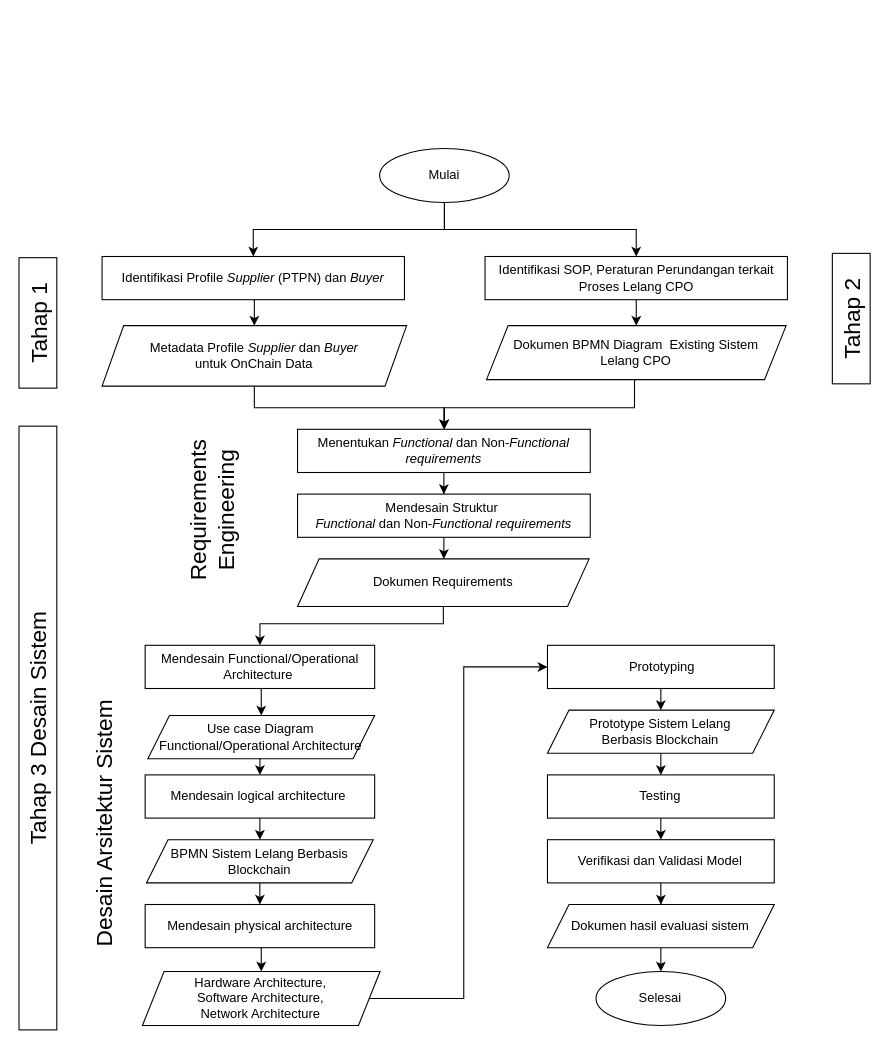
Before: Method BPDPKS New.drawio in ariesharry/Diagrams, a draw.io diagram. Source tidied: cells renumbered, new cells numbered last; positions are measured from the earlier drawing's top-left corner, leaving out a move shared by most shapes. Both pictures are drawn from the tidied source at 108%, with x=0, y=0 at pixel (-265, 148).
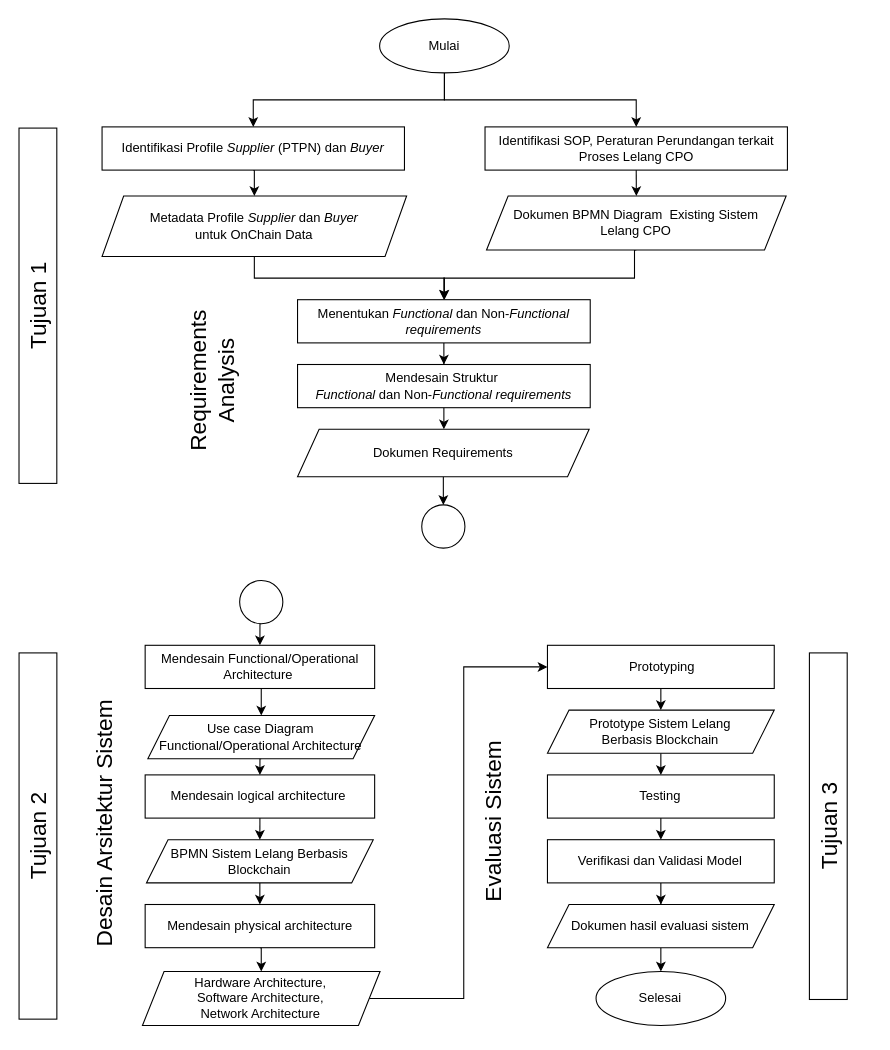
The same diagram, later.

The change refers to these unchanged cells:
```xml
<mxCell id="41" value="Mendesain Functional/Operational Architecture&amp;nbsp;" style="rounded=0;whiteSpace=wrap;html=1;" parent="1" vertex="1">
  <mxGeometry x="378.9" y="460" width="212.5" height="40" as="geometry" />
</mxCell>
```

What changed in the source:
```diff
@@
     <mxCell id="4" value="Mulai" style="ellipse;whiteSpace=wrap;html=1;" parent="1" vertex="1">
-      <mxGeometry x="596" width="120" height="50" as="geometry" />
+      <mxGeometry x="596" y="-120" width="120" height="50" as="geometry" />
     </mxCell>
@@
     <mxCell id="7" value="&lt;span lang=&quot;EN-US&quot;&gt;Menentukan &lt;i&gt;Functional &lt;/i&gt;dan Non-&lt;i&gt;Functional&lt;/i&gt; &lt;i&gt;requirements&lt;/i&gt;&lt;/span&gt;" style="rounded=0;whiteSpace=wrap;html=1;" parent="1" vertex="1">
-      <mxGeometry x="520" y="260" width="271" height="40" as="geometry" />
+      <mxGeometry x="520" y="140" width="271" height="40" as="geometry" />
     </mxCell>
@@
     <mxCell id="22" style="edgeStyle=orthogonalEdgeStyle;rounded=0;jettySize=auto;html=1;exitX=0.5;exitY=1;exitDx=0;exitDy=0;" parent="1" edge="1" source="23" target="25">
       <mxGeometry relative="1" as="geometry">
         <Array as="points">
-          <mxPoint x="656" y="400" />
-          <mxPoint x="656" y="400" />
+          <mxPoint x="656" y="280" />
+          <mxPoint x="656" y="280" />
         </Array>
       </mxGeometry>
     </mxCell>
     <mxCell id="23" value="&lt;span lang=&quot;EN-US&quot;&gt;Mendesain Struktur&amp;nbsp;&lt;br&gt;&lt;i style=&quot;border-color: var(--border-color);&quot;&gt;Functional&amp;nbsp;&lt;/i&gt;dan Non-&lt;i style=&quot;border-color: var(--border-color);&quot;&gt;Functional&lt;/i&gt;&amp;nbsp;&lt;i style=&quot;border-color: var(--border-color);&quot;&gt;requirements&lt;/i&gt;&lt;br&gt;&lt;/span&gt;" style="rounded=0;whiteSpace=wrap;html=1;" parent="1" vertex="1">
-      <mxGeometry x="520" y="320" width="271" height="40" as="geometry" />
+      <mxGeometry x="520" y="200" width="271" height="40" as="geometry" />
     </mxCell>
-    <mxCell id="24" style="edgeStyle=orthogonalEdgeStyle;rounded=0;jettySize=auto;html=1;exitX=0.5;exitY=1;exitDx=0;exitDy=0;entryX=0.5;entryY=0;entryDx=0;entryDy=0;" parent="1" edge="1" source="25" target="41">
-      <mxGeometry relative="1" as="geometry">
-        <Array as="points">
-          <mxPoint x="655" y="440" />
-          <mxPoint x="485" y="440" />
-        </Array>
-      </mxGeometry>
-    </mxCell>
+    <mxCell id="47" style="edgeStyle=orthogonalEdgeStyle;rounded=0;jettySize=auto;html=1;exitX=0.5;exitY=1;exitDx=0;exitDy=0;entryX=0.5;entryY=0;entryDx=0;entryDy=0;fontSize=21;" parent="1" edge="1" source="25" target="50">
+      <mxGeometry relative="1" as="geometry" />
+    </mxCell>
     <mxCell id="25" value="&lt;div&gt;&lt;br&gt;&lt;/div&gt;&lt;div&gt;Dokumen Requirements&lt;/div&gt;&lt;div&gt;&lt;br&gt;&lt;/div&gt;" style="shape=parallelogram;perimeter=parallelogramPerimeter;whiteSpace=wrap;html=1;fixedSize=1;" parent="1" vertex="1">
-      <mxGeometry x="520" y="380" width="270" height="44" as="geometry" />
+      <mxGeometry x="520" y="260" width="270" height="44" as="geometry" />
     </mxCell>
@@
     <mxCell id="31" value="Identifikasi Profile &lt;i&gt;Supplier &lt;/i&gt;(PTPN) dan &lt;i&gt;Buyer&lt;/i&gt;" style="rounded=0;whiteSpace=wrap;html=1;" parent="1" vertex="1">
-      <mxGeometry x="339" y="100" width="280" height="40" as="geometry" />
+      <mxGeometry x="339" y="-20" width="280" height="40" as="geometry" />
     </mxCell>
     <mxCell id="32" style="edgeStyle=orthogonalEdgeStyle;rounded=0;jettySize=auto;html=1;exitX=0.5;exitY=1;exitDx=0;exitDy=0;" parent="1" edge="1" source="33" target="7">
       <mxGeometry relative="1" as="geometry">
         <Array as="points">
-          <mxPoint x="480" y="240" />
-          <mxPoint x="656" y="240" />
+          <mxPoint x="480" y="120" />
+          <mxPoint x="656" y="120" />
         </Array>
       </mxGeometry>
     </mxCell>
     <mxCell id="33" value="Metadata Profile &lt;i&gt;Supplier &lt;/i&gt;dan &lt;i&gt;Buyer&lt;br&gt;&lt;/i&gt;untuk OnChain Data" style="shape=parallelogram;perimeter=parallelogramPerimeter;whiteSpace=wrap;html=1;fixedSize=1;" parent="1" vertex="1">
-      <mxGeometry x="339" y="164" width="282" height="56" as="geometry" />
+      <mxGeometry x="339" y="44" width="282" height="56" as="geometry" />
     </mxCell>
@@
     <mxCell id="35" value="Identifikasi SOP, Peraturan Perundangan terkait Proses Lelang CPO" style="rounded=0;whiteSpace=wrap;html=1;" parent="1" vertex="1">
-      <mxGeometry x="693.6" y="100" width="280" height="40" as="geometry" />
+      <mxGeometry x="693.6" y="-20" width="280" height="40" as="geometry" />
     </mxCell>
     <mxCell id="36" style="edgeStyle=orthogonalEdgeStyle;rounded=0;jettySize=auto;html=1;exitX=0.5;exitY=1;exitDx=0;exitDy=0;entryX=0.5;entryY=0;entryDx=0;entryDy=0;" parent="1" edge="1" source="37" target="7">
       <mxGeometry relative="1" as="geometry">
         <Array as="points">
-          <mxPoint x="832" y="240" />
-          <mxPoint x="656" y="240" />
+          <mxPoint x="832" y="120" />
+          <mxPoint x="656" y="120" />
         </Array>
       </mxGeometry>
     </mxCell>
     <mxCell id="37" value="Dokumen BPMN Diagram&amp;nbsp; Existing Sistem&lt;br&gt;Lelang CPO" style="shape=parallelogram;perimeter=parallelogramPerimeter;whiteSpace=wrap;html=1;fixedSize=1;" parent="1" vertex="1">
-      <mxGeometry x="695" y="164" width="277.4" height="50" as="geometry" />
+      <mxGeometry x="695" y="44" width="277.4" height="50" as="geometry" />
     </mxCell>
@@
-    <mxCell id="42" value="Tahap 1" style="rounded=0;whiteSpace=wrap;html=1;fontSize=21;rotation=-90;" parent="1" vertex="1">
-      <mxGeometry x="219.2" y="144" width="120.8" height="35" as="geometry" />
+    <mxCell id="42" value="Tujuan 1" style="rounded=0;whiteSpace=wrap;html=1;fontSize=21;rotation=-90;" parent="1" vertex="1">
+      <mxGeometry x="115.1" y="128.1" width="329" height="35" as="geometry" />
     </mxCell>
-    <mxCell id="43" value="Requirements Engineering" style="text;html=1;strokeColor=none;fillColor=none;align=center;verticalAlign=middle;whiteSpace=wrap;rounded=0;rotation=-90;fontStyle=0;fontSize=21;" parent="1" vertex="1">
-      <mxGeometry x="351" y="320" width="180" height="30" as="geometry" />
+    <mxCell id="43" value="Requirements Analysis" style="text;html=1;strokeColor=none;fillColor=none;align=center;verticalAlign=middle;whiteSpace=wrap;rounded=0;rotation=-90;fontStyle=0;fontSize=21;" parent="1" vertex="1">
+      <mxGeometry x="351" y="200" width="180" height="30" as="geometry" />
     </mxCell>
-    <mxCell id="44" value="Tahap 2" style="rounded=0;whiteSpace=wrap;html=1;fontSize=21;rotation=-90;" parent="1" vertex="1">
-      <mxGeometry x="972.3" y="140" width="120.8" height="35" as="geometry" />
-    </mxCell>
-    <mxCell id="45" value="Tahap 3 Desain Sistem" style="rounded=0;whiteSpace=wrap;html=1;fontSize=21;rotation=-90;" parent="1" vertex="1">
-      <mxGeometry x="0.1" y="519.1" width="559" height="35" as="geometry" />
+    <mxCell id="45" value="Tujuan 2" style="rounded=0;whiteSpace=wrap;html=1;fontSize=21;rotation=-90;" parent="1" vertex="1">
+      <mxGeometry x="110.1" y="619.1" width="339.1" height="35" as="geometry" />
     </mxCell>
@@
+    <mxCell id="48" value="Evaluasi Sistem" style="text;html=1;strokeColor=none;fillColor=none;align=center;verticalAlign=middle;whiteSpace=wrap;rounded=0;rotation=-90;fontStyle=0;fontSize=21;" parent="1" vertex="1">
+      <mxGeometry x="551" y="608.2" width="300" height="30" as="geometry" />
+    </mxCell>
+    <mxCell id="49" value="Tujuan 3" style="rounded=0;whiteSpace=wrap;html=1;fontSize=21;rotation=-90;" parent="1" vertex="1">
+      <mxGeometry x="851" y="610" width="320.9" height="35" as="geometry" />
+    </mxCell>
+    <mxCell id="50" style="ellipse;whiteSpace=wrap;html=1;fontSize=21;" parent="1" vertex="1">
+      <mxGeometry x="635" y="330" width="40" height="40" as="geometry" />
+    </mxCell>
+    <mxCell id="51" style="edgeStyle=orthogonalEdgeStyle;rounded=0;jettySize=auto;html=1;exitX=0.5;exitY=1;exitDx=0;exitDy=0;entryX=0.5;entryY=0;entryDx=0;entryDy=0;fontSize=21;" parent="1" edge="1" source="52" target="41">
+      <mxGeometry relative="1" as="geometry" />
+    </mxCell>
+    <mxCell id="52" style="ellipse;whiteSpace=wrap;html=1;fontSize=21;" parent="1" vertex="1">
+      <mxGeometry x="466.4" y="400" width="40" height="40" as="geometry" />
+    </mxCell>
```
